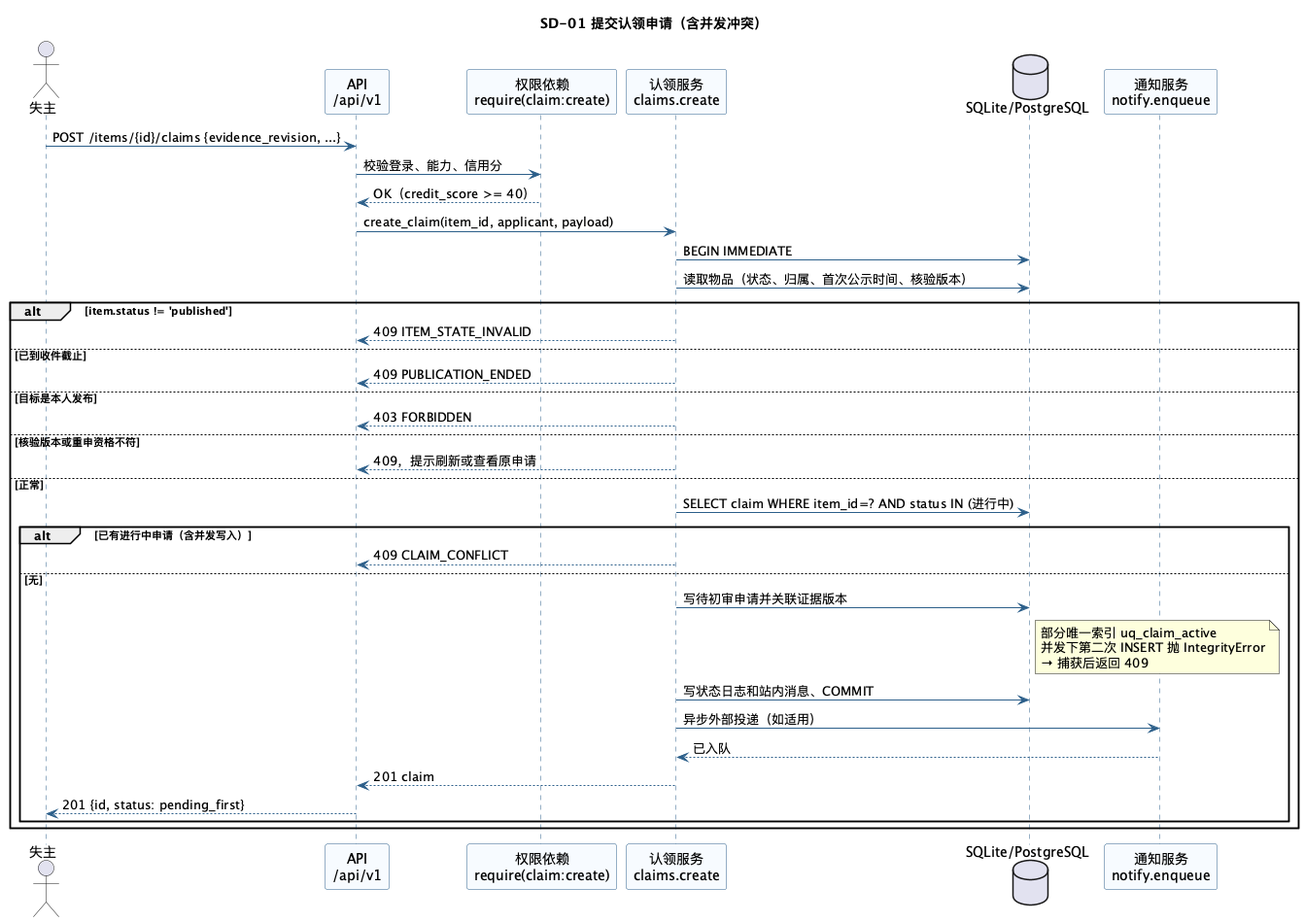
Above: docs/assets/sd01-submit-claim.png in phao90016-jpg/Tongji-campus-lost-found (PlantUML), before the change.
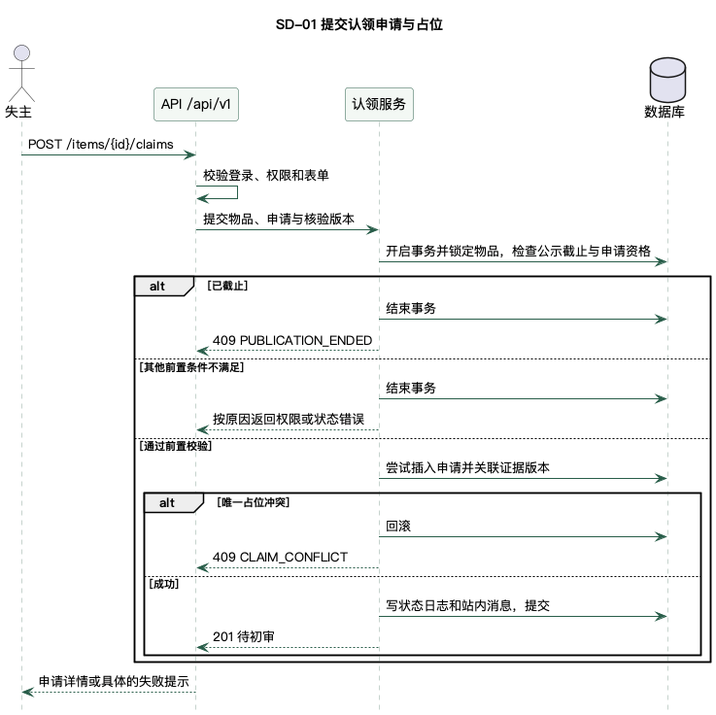
After the commit.

Change to the diagram source:
```diff
@@ -1,55 +1,41 @@
 @startuml sd01-submit-claim
 !pragma layout smetana
-title SD-01 提交认领申请（含并发冲突）
-
-skinparam defaultFontName "Microsoft YaHei"
+title SD-01 提交认领申请与占位
+skinparam defaultFontName "PingFang SC"
 skinparam shadowing false
+hide footbox
 skinparam sequence {
-  ArrowColor #2C5F8A
-  LifeLineBorderColor #2C5F8A
-  ParticipantBackgroundColor #F7FBFF
-  ParticipantBorderColor #2C5F8A
+  ArrowColor #285D49
+  LifeLineBorderColor #8CA69A
+  ParticipantBackgroundColor #F3F8F4
+  ParticipantBorderColor #285D49
 }
 
+
 actor "失主" as U
-participant "API\n/api/v1" as API
-participant "权限依赖\nrequire(claim:create)" as AUTH
-participant "认领服务\nclaims.create" as SVC
-database "SQLite/PostgreSQL" as DB
-participant "通知服务\nnotify.enqueue" as NOTIFY
+participant "API /api/v1" as API
+participant "认领服务" as SVC
+database "数据库" as DB
 
-U -> API : POST /items/{id}/claims {evidence_revision, ...}
-API -> AUTH : 校验登录、能力、信用分
-AUTH --> API : OK（credit_score >= 40）
-API -> SVC : create_claim(item_id, applicant, payload)
-
-SVC -> DB : BEGIN IMMEDIATE
-SVC -> DB : 读取物品（状态、归属、首次公示时间、核验版本）
-alt item.status != 'published'
-  SVC --> API : 409 ITEM_STATE_INVALID
-else 已到收件截止
+U -> API : POST /items/{id}/claims
+API -> API : 校验登录、权限和表单
+API -> SVC : 提交物品、申请与核验版本
+SVC -> DB : 开启事务并锁定物品，检查公示截止与申请资格
+alt 已截止
+  SVC -> DB : 结束事务
   SVC --> API : 409 PUBLICATION_ENDED
-else 目标是本人发布
-  SVC --> API : 403 FORBIDDEN
-else 核验版本或重申资格不符
-  SVC --> API : 409，提示刷新或查看原申请
-else 正常
-  SVC -> DB : SELECT claim WHERE item_id=? AND status IN (进行中)
-  alt 已有进行中申请（含并发写入）
+else 其他前置条件不满足
+  SVC -> DB : 结束事务
+  SVC --> API : 按原因返回权限或状态错误
+else 通过前置校验
+  SVC -> DB : 尝试插入申请并关联证据版本
+  alt 唯一占位冲突
+    SVC -> DB : 回滚
     SVC --> API : 409 CLAIM_CONFLICT
-  else 无
-    SVC -> DB : 写待初审申请并关联证据版本
-    Note right of DB
-      部分唯一索引 uq_claim_active
-      并发下第二次 INSERT 抛 IntegrityError
-      → 捕获后返回 409
-    end note
-    SVC -> DB : 写状态日志和站内消息、COMMIT
-    SVC -> NOTIFY : 异步外部投递（如适用）
-    NOTIFY --> SVC : 已入队
-    SVC --> API : 201 claim
-    API --> U : 201 {id, status: pending_first}
+  else 成功
+    SVC -> DB : 写状态日志和站内消息，提交
+    SVC --> API : 201 待初审
   end
 end
-
+API --> U : 申请详情或具体的失败提示
 @enduml
```
